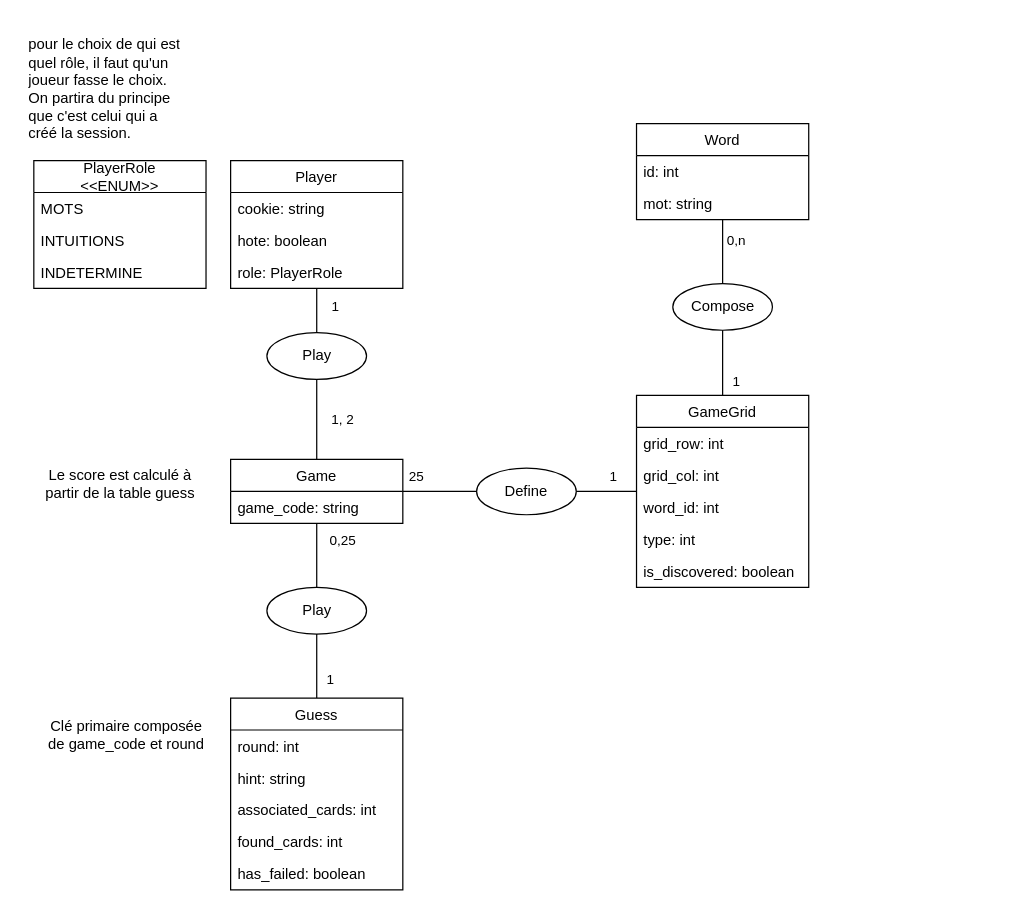
ArnoBidet/PolyNames keeps this draw.io diagram as page "entité-relations" (1 of 2) of conception.drawio. Above is the earlier version. Source tidied: cells renumbered, new cells numbered last; positions are measured from the earlier drawing's top-left corner, leaving out a move shared by most shapes. Both pictures are drawn from the tidied source at 123%, with x=0, y=0 at pixel (21, 21).
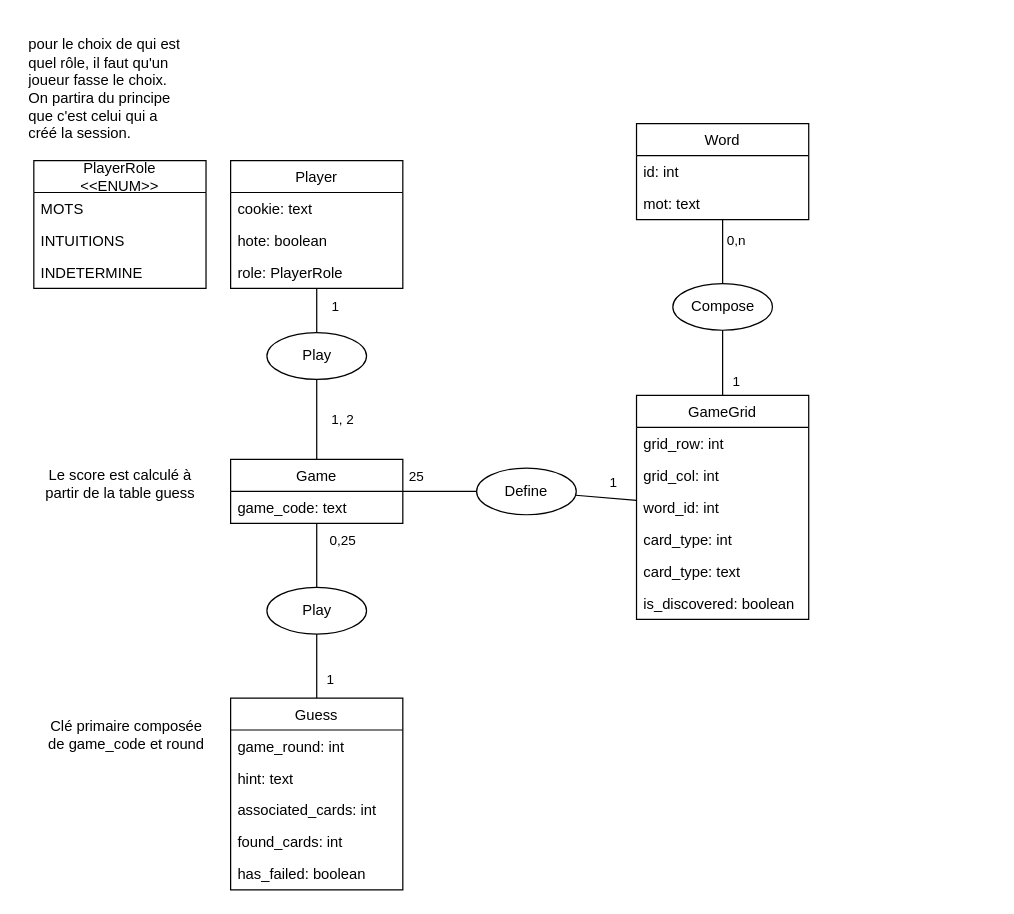
The same page after the edit.

Commit message (it also covers changes not shown here):
upd:  README.md with revised database design and entity-relationship diagram

The change refers to these unchanged cells:
```xml
<mxCell id="8" value="Player" style="swimlane;fontStyle=0;horizontal=1;startSize=26;fillColor=none;" parent="1" vertex="1">
  <mxGeometry x="170" y="113" width="140" height="104" as="geometry" />
</mxCell>
<mxCell id="12" value="Game" style="swimlane;fontStyle=0;horizontal=1;startSize=26;fillColor=none;" parent="1" vertex="1">
  <mxGeometry x="170" y="356" width="140" height="52" as="geometry" />
</mxCell>
<mxCell id="19" value="Word" style="swimlane;fontStyle=0;horizontal=1;startSize=26;fillColor=none;" parent="1" vertex="1">
  <mxGeometry x="500" y="83" width="140" height="78" as="geometry" />
</mxCell>
<mxCell id="37" value="Guess" style="swimlane;fontStyle=0;horizontal=1;startSize=26;fillColor=none;" parent="1" vertex="1">
  <mxGeometry x="170" y="550" width="140" height="156" as="geometry" />
</mxCell>
```

The edit, as a diff of the source:
```diff
@@
     <mxCell id="2" value="GameGrid" style="swimlane;fontStyle=0;horizontal=1;startSize=26;fillColor=none;" parent="1" vertex="1">
-      <mxGeometry x="500" y="304" width="140" height="156" as="geometry" />
+      <mxGeometry x="500" y="304" width="140" height="182" as="geometry" />
     </mxCell>
@@
-    <mxCell id="6" value="type: int" style="text;strokeColor=none;fillColor=none;align=left;verticalAlign=top;spacingLeft=4;spacingRight=4;overflow=hidden;" parent="2" vertex="1">
+    <mxCell id="6" value="card_type: int" style="text;strokeColor=none;fillColor=none;align=left;verticalAlign=top;spacingLeft=4;spacingRight=4;overflow=hidden;" parent="2" vertex="1">
       <mxGeometry y="104" width="140" height="26" as="geometry" />
     </mxCell>
+    <mxCell id="50" value="card_type: text" style="text;strokeColor=none;fillColor=none;align=left;verticalAlign=top;spacingLeft=4;spacingRight=4;overflow=hidden;" parent="2" vertex="1">
+      <mxGeometry y="130" width="140" height="26" as="geometry" />
+    </mxCell>
     <mxCell id="7" value="is_discovered: boolean" style="text;strokeColor=none;fillColor=none;align=left;verticalAlign=top;spacingLeft=4;spacingRight=4;overflow=hidden;" parent="2" vertex="1">
-      <mxGeometry y="130" width="140" height="26" as="geometry" />
+      <mxGeometry y="156" width="140" height="26" as="geometry" />
     </mxCell>
@@
-    <mxCell id="9" value="cookie: string" style="text;strokeColor=none;fillColor=none;align=left;verticalAlign=top;spacingLeft=4;spacingRight=4;overflow=hidden;" parent="8" vertex="1">
+    <mxCell id="9" value="cookie: text" style="text;strokeColor=none;fillColor=none;align=left;verticalAlign=top;spacingLeft=4;spacingRight=4;overflow=hidden;" parent="8" vertex="1">
       <mxGeometry y="26" width="140" height="26" as="geometry" />
     </mxCell>
@@
-    <mxCell id="13" value="game_code: string" style="text;strokeColor=none;fillColor=none;align=left;verticalAlign=top;spacingLeft=4;spacingRight=4;overflow=hidden;" parent="12" vertex="1">
+    <mxCell id="13" value="game_code: text" style="text;strokeColor=none;fillColor=none;align=left;verticalAlign=top;spacingLeft=4;spacingRight=4;overflow=hidden;" parent="12" vertex="1">
       <mxGeometry y="26" width="140" height="26" as="geometry" />
     </mxCell>
@@
-    <mxCell id="21" value="mot: string" style="text;strokeColor=none;fillColor=none;align=left;verticalAlign=top;spacingLeft=4;spacingRight=4;overflow=hidden;" parent="19" vertex="1">
+    <mxCell id="21" value="mot: text" style="text;strokeColor=none;fillColor=none;align=left;verticalAlign=top;spacingLeft=4;spacingRight=4;overflow=hidden;" parent="19" vertex="1">
       <mxGeometry y="52" width="140" height="26" as="geometry" />
     </mxCell>
@@
-    <mxCell id="38" value="round: int" style="text;strokeColor=none;fillColor=none;align=left;verticalAlign=top;spacingLeft=4;spacingRight=4;overflow=hidden;" parent="37" vertex="1">
+    <mxCell id="38" value="game_round: int" style="text;strokeColor=none;fillColor=none;align=left;verticalAlign=top;spacingLeft=4;spacingRight=4;overflow=hidden;" parent="37" vertex="1">
       <mxGeometry y="26" width="140" height="26" as="geometry" />
     </mxCell>
-    <mxCell id="39" value="hint: string" style="text;strokeColor=none;fillColor=none;align=left;verticalAlign=top;spacingLeft=4;spacingRight=4;overflow=hidden;" parent="37" vertex="1">
+    <mxCell id="39" value="hint: text" style="text;strokeColor=none;fillColor=none;align=left;verticalAlign=top;spacingLeft=4;spacingRight=4;overflow=hidden;" parent="37" vertex="1">
       <mxGeometry y="52" width="140" height="26" as="geometry" />
     </mxCell>
@@
+    <mxCell id="51" value="&lt;div style=&quot;color: rgb(204, 204, 204); background-color: rgb(31, 31, 31); font-family: Consolas, &amp;quot;Courier New&amp;quot;, monospace; font-weight: normal; font-size: 14px; line-height: 19px;&quot;&gt;&lt;br&gt;&lt;/div&gt;" style="text;whiteSpace=wrap;html=1;" parent="1" vertex="1">
+      <mxGeometry x="690" y="550" width="100" height="40" as="geometry" />
+    </mxCell>
```
